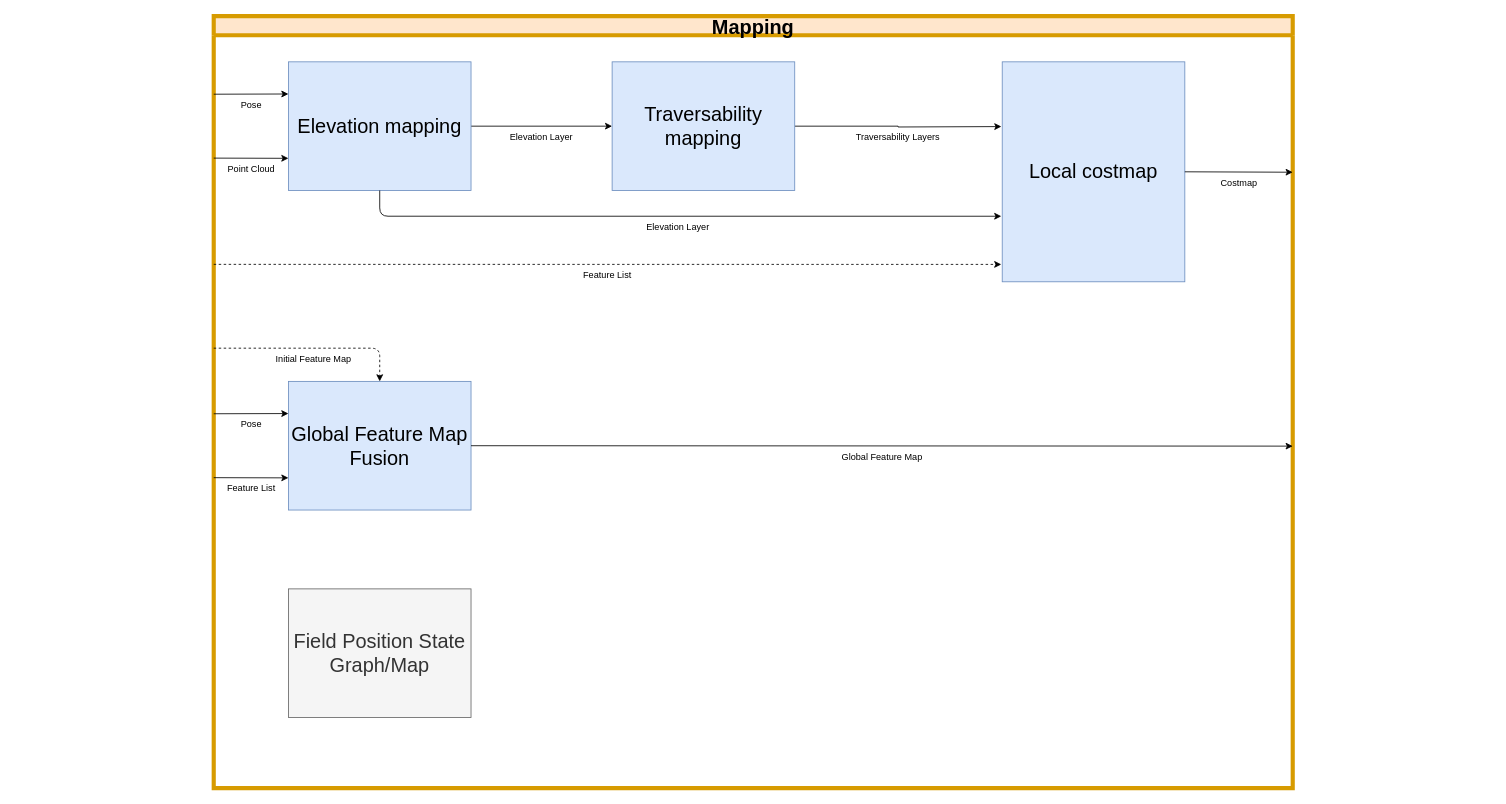
ipa-dmo/ipa_outdoor_docu keeps this draw.io diagram as page "Mapping" (7 of 12) of TestNav.drawio. Above is the earlier version. Source tidied: cells renumbered, new cells numbered last; positions are measured from the earlier drawing's top-left corner, leaving out a move shared by most shapes. Both pictures are drawn from the tidied source at 83%, with x=0, y=0 at pixel (213, 16).
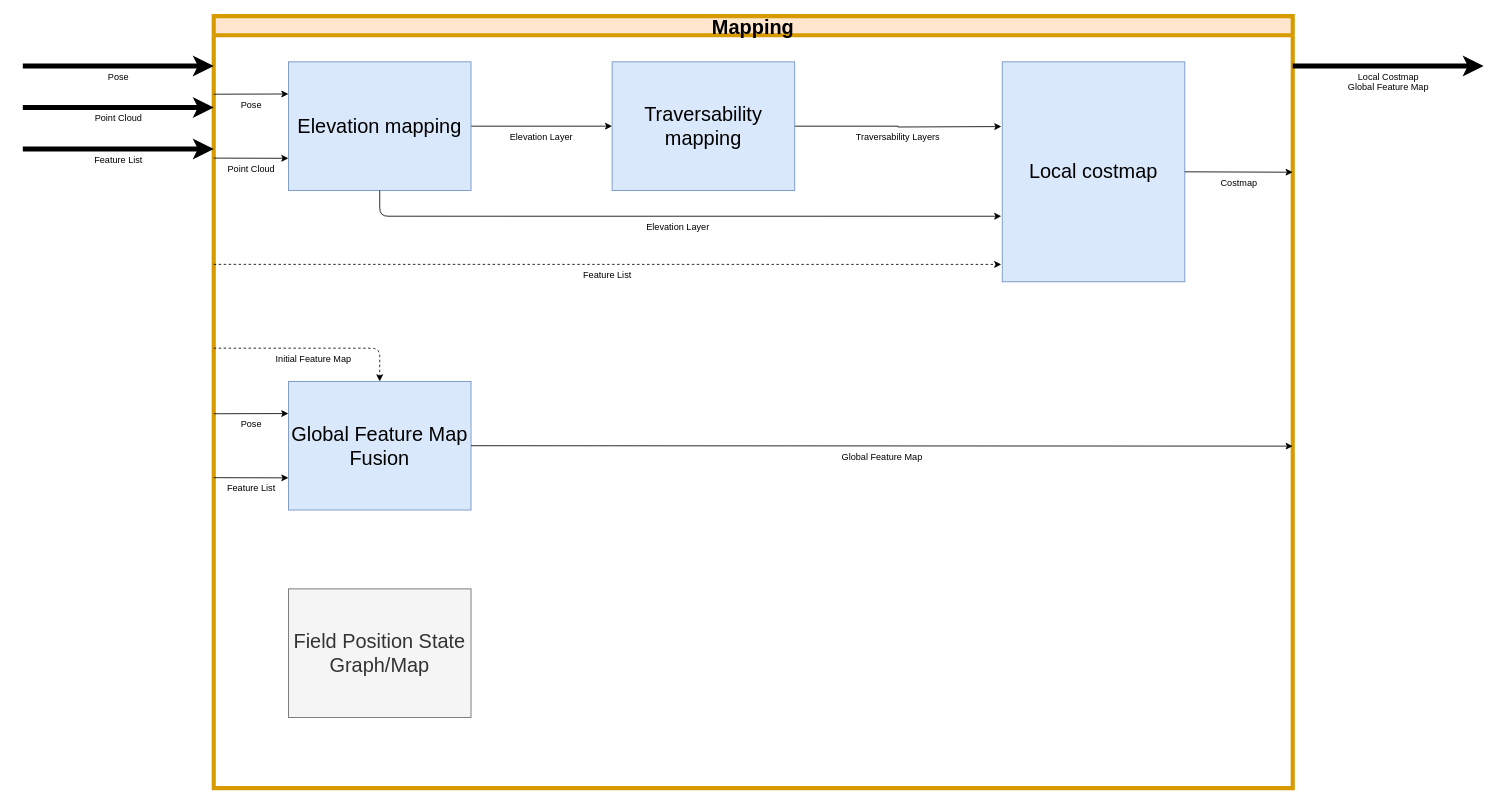
After the change.

The edit, as a diff of the source:
```diff
@@
+    <mxCell id="19" value="&lt;div&gt;Local Costmap&lt;/div&gt;&lt;div&gt;Global Feature Map&lt;br&gt;&lt;/div&gt;" style="endArrow=classic;html=1;verticalAlign=top;entryX=0;entryY=0.25;entryDx=0;entryDy=0;strokeWidth=6;" parent="1" edge="1">
+      <mxGeometry relative="1" as="geometry">
+        <mxPoint x="1300" y="60" as="sourcePoint" />
+        <mxPoint x="1530" y="60" as="targetPoint" />
+      </mxGeometry>
+    </mxCell>
+    <mxCell id="20" value="Pose" style="endArrow=classic;html=1;verticalAlign=top;entryX=0;entryY=0.25;entryDx=0;entryDy=0;strokeWidth=6;" parent="1" edge="1">
+      <mxGeometry relative="1" as="geometry">
+        <mxPoint x="-230" y="60" as="sourcePoint" />
+        <mxPoint y="60" as="targetPoint" />
+      </mxGeometry>
+    </mxCell>
+    <mxCell id="21" value="&lt;div&gt;Point Cloud &lt;br&gt;&lt;/div&gt;" style="endArrow=classic;html=1;verticalAlign=top;entryX=0;entryY=0.25;entryDx=0;entryDy=0;strokeWidth=6;" parent="1" edge="1">
+      <mxGeometry relative="1" as="geometry">
+        <mxPoint x="-230" y="110" as="sourcePoint" />
+        <mxPoint y="110" as="targetPoint" />
+      </mxGeometry>
+    </mxCell>
+    <mxCell id="22" value="&lt;div&gt;Feature List&lt;/div&gt;" style="endArrow=classic;html=1;verticalAlign=top;entryX=0;entryY=0.25;entryDx=0;entryDy=0;strokeWidth=6;" parent="1" edge="1">
+      <mxGeometry relative="1" as="geometry">
+        <mxPoint x="-230" y="160" as="sourcePoint" />
+        <mxPoint y="160" as="targetPoint" />
+      </mxGeometry>
+    </mxCell>
```
